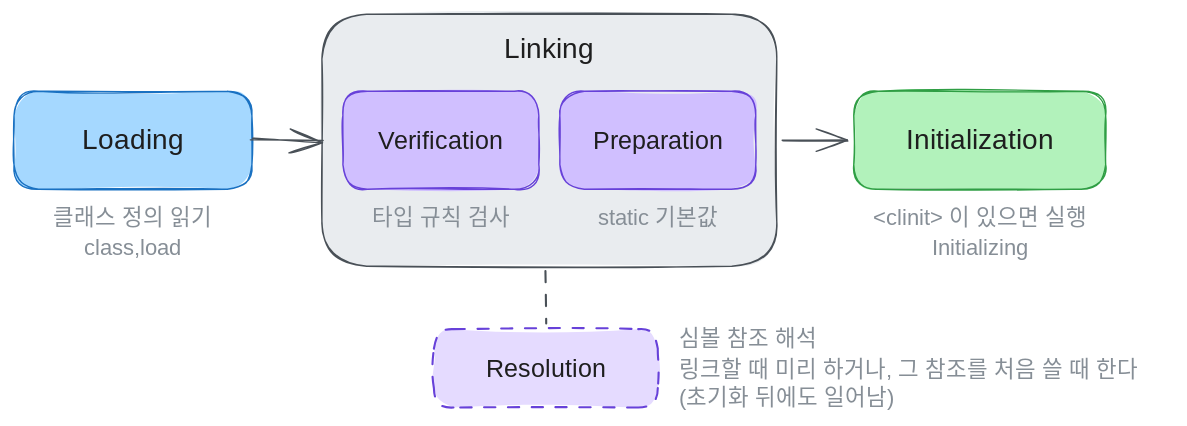
This is public/img/post/java/jvm-class-loading/class-lifecycle.excalidraw.svg from eottabom/eottabom.github.io, a Excalidraw export, as it was before one commit. Source tidied: one line per element, renumbered; positions are measured from the earlier drawing's top-left corner, leaving out a move shared by most shapes.
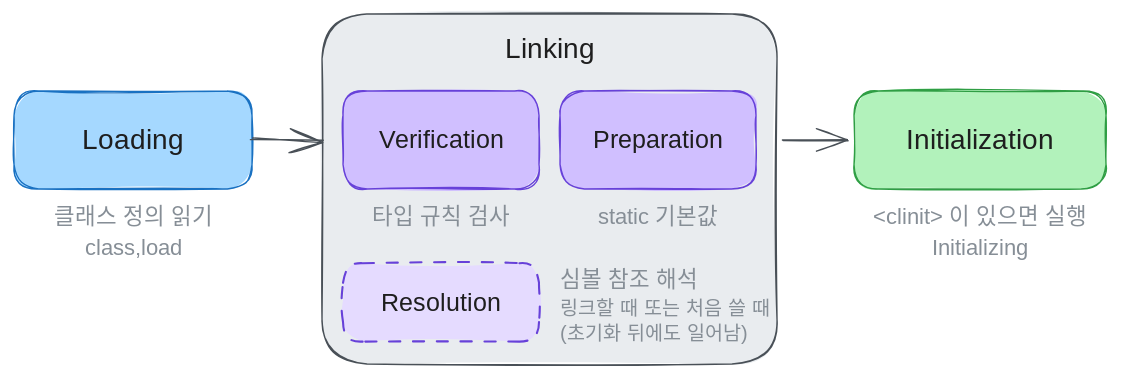
The same diagram one commit later.

The edit, as a diff of the source:
```diff
@@ -1,13 +1,13 @@
 {"id": 0, "type": "rectangle", "strokeColor": "#1971c2", "backgroundColor": "#a5d8ff", "fillStyle": "solid", "strokeWidth": 1, "roughness": 1, "round": true, "x": 0, "y": 55, "width": 170, "height": 70}
 {"id": 1, "type": "text", "text": "Loading", "strokeColor": "#1e1e1e", "strokeWidth": 1, "roughness": 1, "fontSize": 20, "fontFamily": 6, "textAlign": "center", "verticalAlign": "middle", "inside": 0, "x": 46, "y": 78, "width": 77, "height": 25}
-{"id": 2, "type": "rectangle", "strokeColor": "#495057", "backgroundColor": "#e9ecef", "fillStyle": "solid", "strokeWidth": 1, "roughness": 1, "round": true, "x": 220, "y": 0, "width": 325, "height": 180}
+{"id": 2, "type": "rectangle", "strokeColor": "#495057", "backgroundColor": "#e9ecef", "fillStyle": "solid", "strokeWidth": 1, "roughness": 1, "round": true, "x": 220, "y": 0, "width": 325, "height": 250}
 {"id": 3, "type": "text", "text": "Linking", "strokeColor": "#1e1e1e", "strokeWidth": 1, "roughness": 1, "fontSize": 20, "fontFamily": 6, "textAlign": "center", "x": 344, "y": 12, "width": 77, "height": 25}
 {"id": 4, "type": "rectangle", "strokeColor": "#6741d9", "backgroundColor": "#d0bfff", "fillStyle": "solid", "strokeWidth": 1, "roughness": 1, "round": true, "x": 235, "y": 55, "width": 140, "height": 70}
 {"id": 5, "type": "text", "text": "Verification", "strokeColor": "#1e1e1e", "strokeWidth": 1, "roughness": 1, "fontSize": 18, "fontFamily": 6, "textAlign": "center", "verticalAlign": "middle", "inside": 4, "x": 246, "y": 79, "width": 119, "height": 22}
 {"id": 6, "type": "rectangle", "strokeColor": "#6741d9", "backgroundColor": "#d0bfff", "fillStyle": "solid", "strokeWidth": 1, "roughness": 1, "round": true, "x": 390, "y": 55, "width": 140, "height": 70}
 {"id": 7, "type": "text", "text": "Preparation", "strokeColor": "#1e1e1e", "strokeWidth": 1, "roughness": 1, "fontSize": 18, "fontFamily": 6, "textAlign": "center", "verticalAlign": "middle", "inside": 6, "x": 406, "y": 79, "width": 109, "height": 22}
-{"id": 8, "type": "rectangle", "strokeColor": "#6741d9", "backgroundColor": "#e5dbff", "fillStyle": "solid", "strokeWidth": 1, "strokeStyle": "dashed", "roughness": 1, "round": true, "x": 300, "y": 225, "width": 160, "height": 56}
+{"id": 8, "type": "rectangle", "strokeColor": "#6741d9", "backgroundColor": "#e5dbff", "fillStyle": "solid", "strokeWidth": 1, "strokeStyle": "dashed", "roughness": 1, "round": true, "x": 235, "y": 178, "width": 140, "height": 56}
-{"id": 9, "type": "text", "text": "Resolution", "strokeColor": "#1e1e1e", "strokeWidth": 1, "roughness": 1, "fontSize": 18, "fontFamily": 6, "textAlign": "center", "verticalAlign": "middle", "inside": 8, "x": 330, "y": 242, "width": 99, "height": 22}
+{"id": 9, "type": "text", "text": "Resolution", "strokeColor": "#1e1e1e", "strokeWidth": 1, "roughness": 1, "fontSize": 18, "fontFamily": 6, "textAlign": "center", "verticalAlign": "middle", "inside": 8, "x": 256, "y": 195, "width": 99, "height": 22}
 {"id": 10, "type": "rectangle", "strokeColor": "#2f9e44", "backgroundColor": "#b2f2bb", "fillStyle": "solid", "strokeWidth": 1, "roughness": 1, "round": true, "x": 600, "y": 55, "width": 180, "height": 70}
 {"id": 11, "type": "text", "text": "Initialization", "strokeColor": "#1e1e1e", "strokeWidth": 1, "roughness": 1, "fontSize": 20, "fontFamily": 6, "textAlign": "center", "verticalAlign": "middle", "inside": 10, "x": 613, "y": 78, "width": 154, "height": 25}
 {"id": 12, "type": "arrow", "strokeColor": "#495057", "strokeWidth": 1, "roughness": 1, "endArrowhead": "arrow", "round": true, "from": 0, "to": 2, "x": 170, "y": 90, "width": 50, "height": 0, "points": [[0, 0], [50, 0]]}
@@ -18,6 +18,5 @@
 {"id": 17, "type": "text", "text": "static 기본값", "strokeColor": "#868e96", "strokeWidth": 1, "roughness": 1, "fontSize": 16, "fontFamily": 6, "textAlign": "center", "x": 405, "y": 135, "width": 110, "height": 20}
 {"id": 18, "type": "text", "text": "<clinit> 이 있으면 실행", "strokeColor": "#868e96", "strokeWidth": 1, "roughness": 1, "fontSize": 16, "fontFamily": 6, "textAlign": "center", "x": 594, "y": 135, "width": 193, "height": 20}
 {"id": 19, "type": "text", "text": "Initializing", "strokeColor": "#868e96", "strokeWidth": 1, "roughness": 1, "fontSize": 16, "fontFamily": 6, "textAlign": "center", "x": 637, "y": 157, "width": 106, "height": 20}
-{"id": 20, "type": "line", "strokeColor": "#495057", "strokeWidth": 1, "strokeStyle": "dashed", "roughness": 1, "round": true, "x": 380, "y": 184, "width": 0, "height": 37, "points": [[0, 0], [0, 37]]}
-{"id": 21, "type": "text", "text": "심볼 참조 해석", "strokeColor": "#868e96", "strokeWidth": 1, "roughness": 1, "fontSize": 16, "fontFamily": 6, "x": 475, "y": 222, "width": 105, "height": 20}
+{"id": 21, "type": "text", "text": "심볼 참조 해석", "strokeColor": "#868e96", "strokeWidth": 1, "roughness": 1, "fontSize": 16, "fontFamily": 6, "x": 390, "y": 180, "width": 105, "height": 20}
-{"id": 22, "type": "text", "text": "링크할 때 미리 하거나, 그 참조를 처음 쓸 때 한다\n(초기화 뒤에도 일어남)", "strokeColor": "#868e96", "strokeWidth": 1, "roughness": 1, "fontSize": 16, "fontFamily": 6, "x": 475, "y": 244, "width": 353, "height": 40}
+{"id": 22, "type": "text", "text": "링크할 때 또는 처음 쓸 때\n(초기화 뒤에도 일어남)", "strokeColor": "#868e96", "strokeWidth": 1, "roughness": 1, "fontSize": 14, "fontFamily": 6, "x": 390, "y": 202, "width": 160, "height": 35}
```
